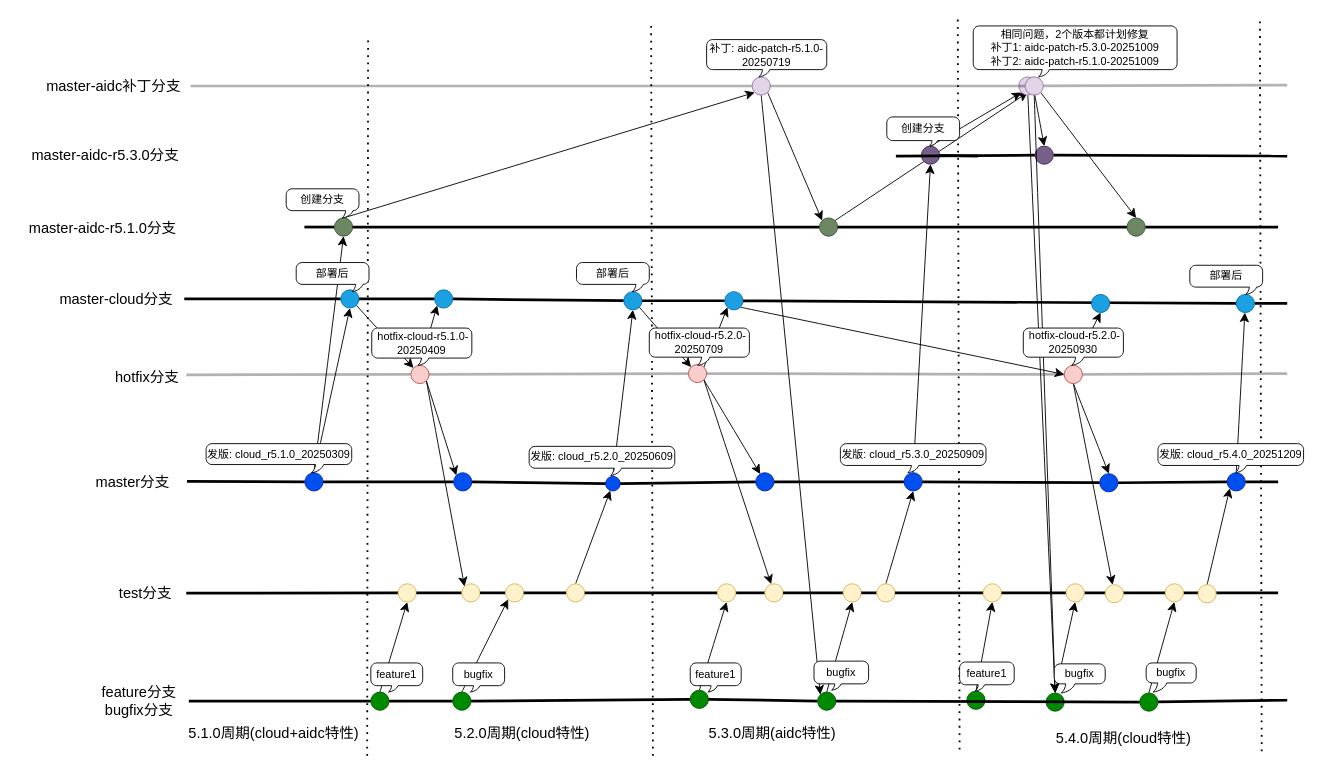
This is page "Page-3" (3 of 4) of 规范/公有云和智算中心分支流程.drawio from paochiang/draw, a draw.io file, before an edit. Source tidied: cells renumbered, new cells numbered last; positions are measured from the earlier drawing's top-left corner, leaving out a move shared by most shapes. Both pictures are drawn from the tidied source at 91%, with x=0, y=0 at pixel (15, 16).
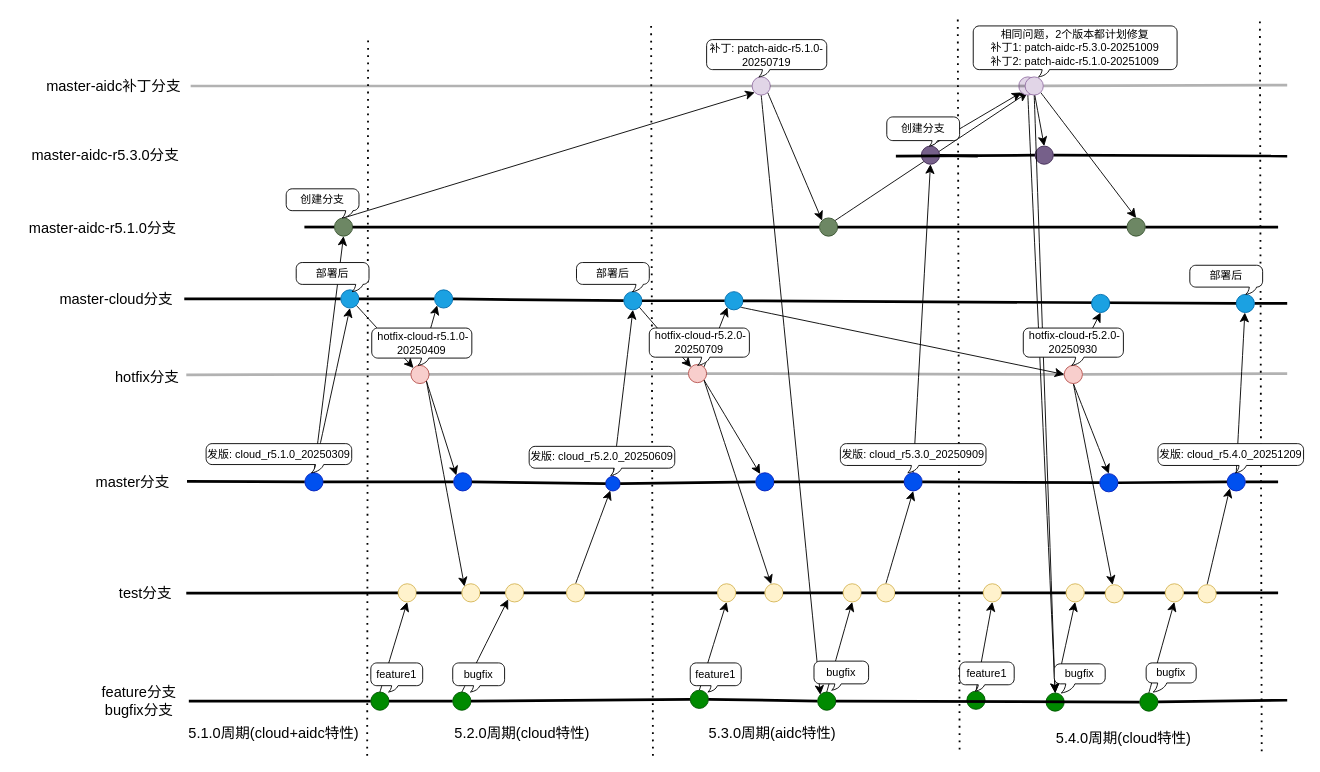
The same diagram, later.

Diff of the diagram source:
```diff
@@
-    <mxCell id="148" value="补丁: aidc-patch-r5.1.0-20250719" style="whiteSpace=wrap;html=1;shape=mxgraph.basic.roundRectCallout;dx=65.4;dy=8;size=6.6;boundedLbl=1;" parent="1" vertex="1">
+    <mxCell id="148" value="补丁: patch-aidc-r5.1.0-20250719" style="whiteSpace=wrap;html=1;shape=mxgraph.basic.roundRectCallout;dx=65.4;dy=8;size=6.6;boundedLbl=1;" parent="1" vertex="1">
       <mxGeometry x="759" y="25" width="132" height="41" as="geometry" />
     </mxCell>
-    <mxCell id="149" value="&lt;div&gt;相同问题，2个版本都计划修复&lt;/div&gt;补丁1: aidc-patch-r5.3.0-20251009&lt;div&gt;补丁2: aidc-patch-r5.1.0-20251009&lt;br&gt;&lt;/div&gt;" style="whiteSpace=wrap;html=1;shape=mxgraph.basic.roundRectCallout;dx=79.71;dy=8;size=6.6;boundedLbl=1;" parent="1" vertex="1">
+    <mxCell id="149" value="&lt;div&gt;相同问题，2个版本都计划修复&lt;/div&gt;补丁1: patch-aidc-r5.3.0-20251009&lt;div&gt;补丁2:&amp;nbsp;&lt;span style=&quot;background-color: initial;&quot;&gt;patch-&lt;/span&gt;&lt;span style=&quot;background-color: initial;&quot;&gt;aidc-r5.1.0-20251009&lt;/span&gt;&lt;/div&gt;" style="whiteSpace=wrap;html=1;shape=mxgraph.basic.roundRectCallout;dx=79.71;dy=8;size=6.6;boundedLbl=1;" parent="1" vertex="1">
       <mxGeometry x="1052" y="10" width="224" height="56" as="geometry" />
     </mxCell>
```
